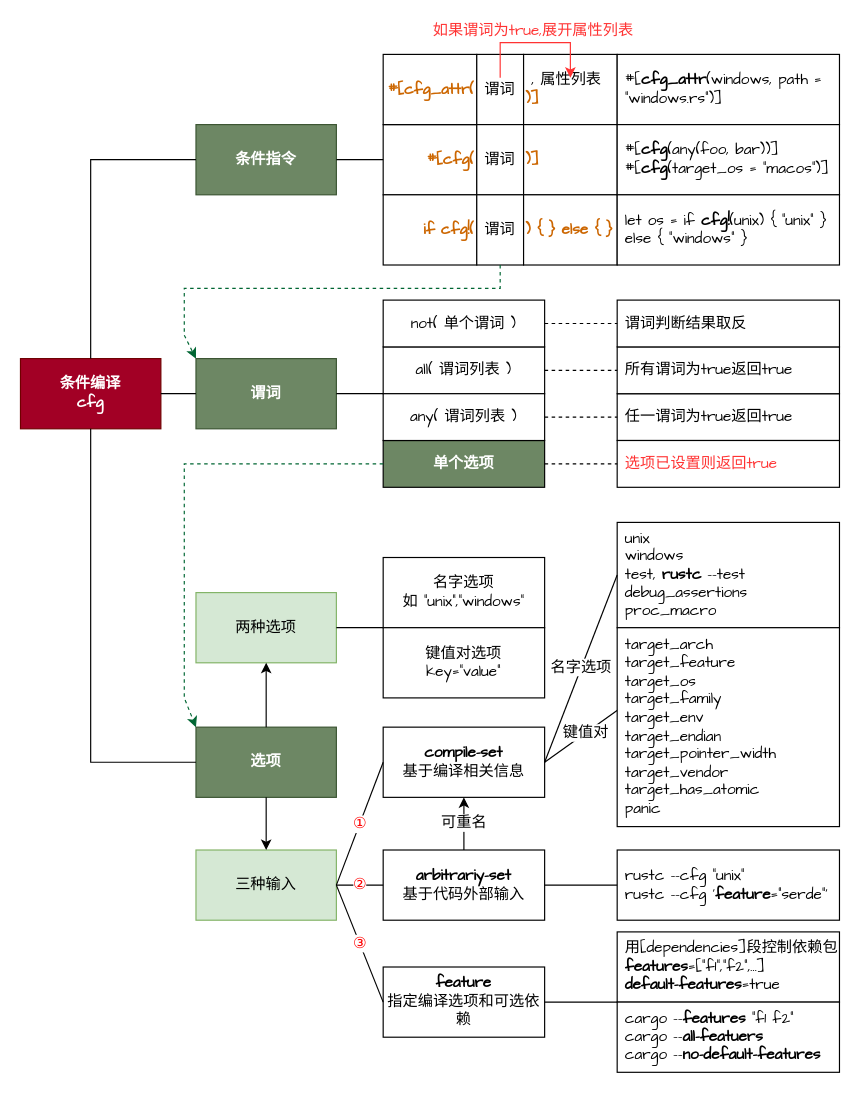
Above: note/diagram/cfg.drawio in muksee/drust (draw.io), before the change. Source tidied: cells renumbered, new cells numbered last; positions are measured from the earlier drawing's top-left corner, leaving out a move shared by most shapes. Both pictures are drawn from the tidied source at 117%, with x=0, y=0 at pixel (20, 42).
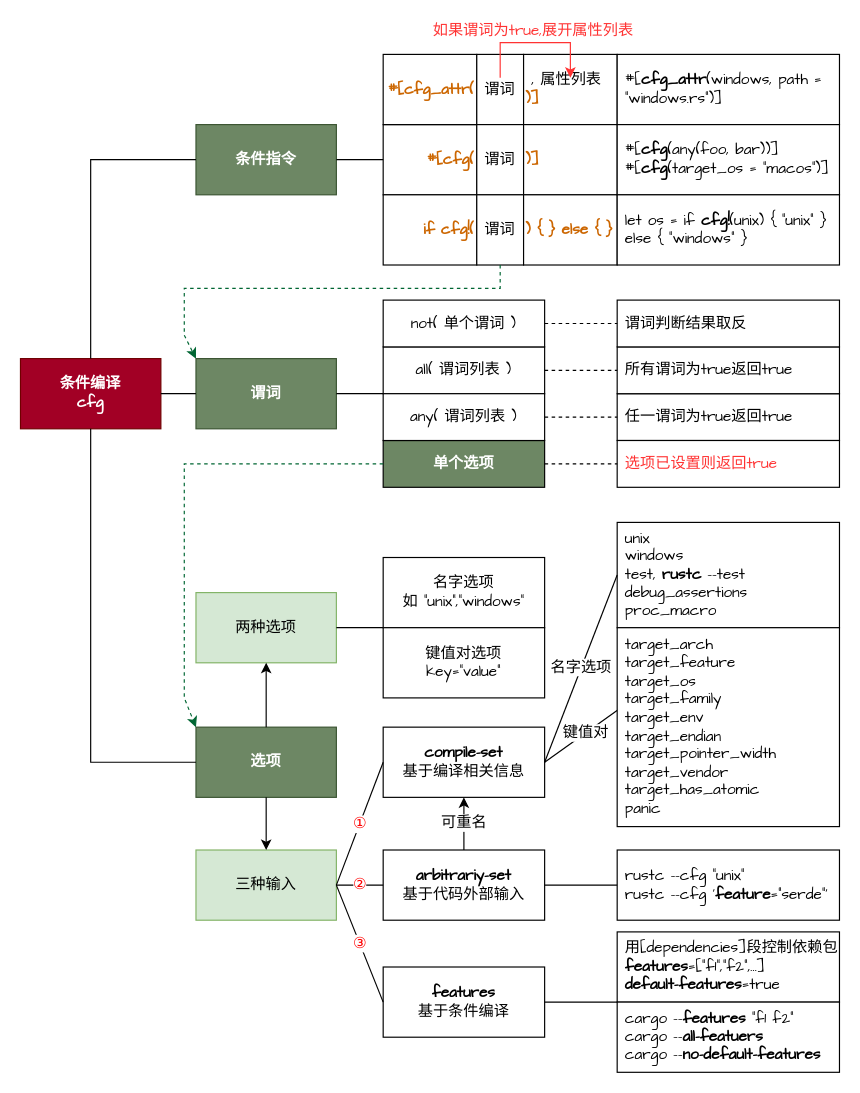
The same diagram, later.

Change to the diagram source:
```diff
@@
-    <mxCell id="22" value="&lt;b&gt;feature&lt;/b&gt;&lt;br style=&quot;font-size: 13px;&quot;&gt;指定编译选项和可选依赖" style="rounded=0;whiteSpace=wrap;html=1;fontSize=13;fontFamily=Comic Sans MS;" parent="1" vertex="1">
+    <mxCell id="22" value="&lt;b&gt;features&lt;/b&gt;&lt;br style=&quot;font-size: 13px;&quot;&gt;基于条件编译" style="rounded=0;whiteSpace=wrap;html=1;fontSize=13;fontFamily=Comic Sans MS;" parent="1" vertex="1">
       <mxGeometry x="310" y="790" width="138" height="60" as="geometry" />
     </mxCell>
```
